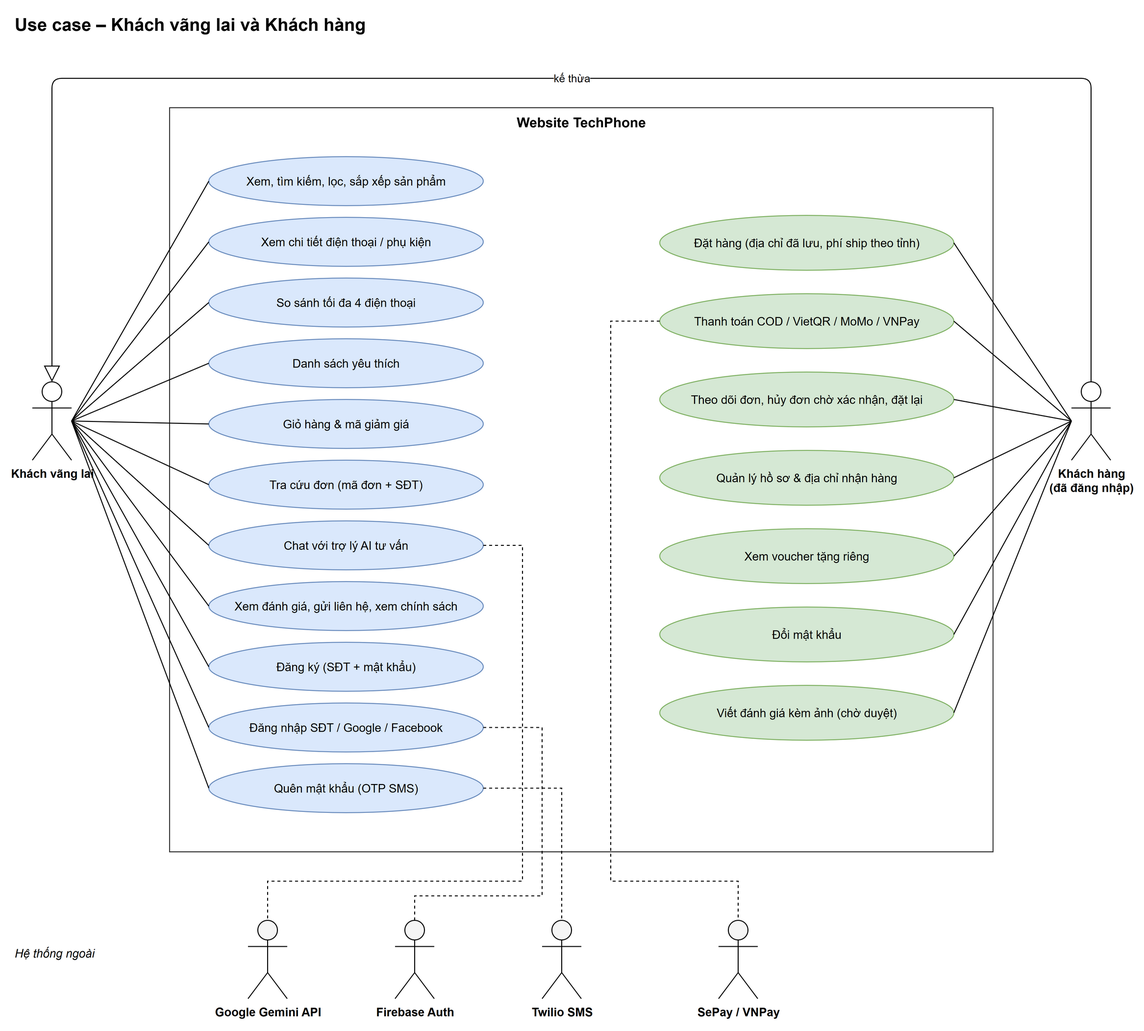
Earlier version of the draw.io export docs/diagrams/usecase-khach-hang.drawio.png (TrungNguyen410/techphone-laravel). Source tidied: cells renumbered, new cells last; positions are measured from the earlier drawing's top-left corner, leaving out a move shared by most shapes. Its diagram source:
```xml
<mxGraphModel>
  <root>
    <mxCell id="0" />
    <mxCell id="1" parent="0" />
    <mxCell id="2" value="Use case – Khách vãng lai và Khách hàng" style="text;html=1;fontSize=18;fontStyle=1;align=left;verticalAlign=middle;" parent="1" vertex="1">
      <mxGeometry width="700" height="30" as="geometry" />
    </mxCell>
    <mxCell id="3" value="Website TechPhone" style="rounded=0;whiteSpace=wrap;html=1;fillColor=none;strokeColor=#333333;verticalAlign=top;fontStyle=1;fontSize=14;" parent="1" vertex="1">
      <mxGeometry x="160" y="100" width="840" height="760" as="geometry" />
    </mxCell>
    <mxCell id="4" value="Khách vãng lai" style="shape=umlActor;verticalLabelPosition=bottom;verticalAlign=top;html=1;outlineConnect=0;fontStyle=1;" parent="1" vertex="1">
      <mxGeometry x="20" y="380" width="40" height="80" as="geometry" />
    </mxCell>
    <mxCell id="5" value="Khách hàng&#10;(đã đăng nhập)" style="shape=umlActor;verticalLabelPosition=bottom;verticalAlign=top;html=1;outlineConnect=0;fontStyle=1;" parent="1" vertex="1">
      <mxGeometry x="1080" y="380" width="40" height="80" as="geometry" />
    </mxCell>
    <mxCell id="6" value="Xem, tìm kiếm, lọc, sắp xếp sản phẩm" style="ellipse;whiteSpace=wrap;html=1;fillColor=#dae8fc;strokeColor=#6c8ebf;" parent="1" vertex="1">
      <mxGeometry x="200" y="150" width="280" height="50" as="geometry" />
    </mxCell>
    <mxCell id="7" style="endArrow=none;html=1;rounded=0;exitX=1;exitY=0.5;entryX=0;entryY=0.5;" parent="1" edge="1" source="4" target="6">
      <mxGeometry relative="1" as="geometry" />
    </mxCell>
    <mxCell id="8" value="Xem chi tiết điện thoại / phụ kiện" style="ellipse;whiteSpace=wrap;html=1;fillColor=#dae8fc;strokeColor=#6c8ebf;" parent="1" vertex="1">
      <mxGeometry x="200" y="212" width="280" height="50" as="geometry" />
    </mxCell>
    <mxCell id="9" style="endArrow=none;html=1;rounded=0;exitX=1;exitY=0.5;entryX=0;entryY=0.5;" parent="1" edge="1" source="4" target="8">
      <mxGeometry relative="1" as="geometry" />
    </mxCell>
    <mxCell id="10" value="So sánh tối đa 4 điện thoại" style="ellipse;whiteSpace=wrap;html=1;fillColor=#dae8fc;strokeColor=#6c8ebf;" parent="1" vertex="1">
      <mxGeometry x="200" y="274" width="280" height="50" as="geometry" />
    </mxCell>
    <mxCell id="11" style="endArrow=none;html=1;rounded=0;exitX=1;exitY=0.5;entryX=0;entryY=0.5;" parent="1" edge="1" source="4" target="10">
      <mxGeometry relative="1" as="geometry" />
    </mxCell>
    <mxCell id="12" value="Danh sách yêu thích" style="ellipse;whiteSpace=wrap;html=1;fillColor=#dae8fc;strokeColor=#6c8ebf;" parent="1" vertex="1">
      <mxGeometry x="200" y="336" width="280" height="50" as="geometry" />
    </mxCell>
    <mxCell id="13" style="endArrow=none;html=1;rounded=0;exitX=1;exitY=0.5;entryX=0;entryY=0.5;" parent="1" edge="1" source="4" target="12">
      <mxGeometry relative="1" as="geometry" />
    </mxCell>
    <mxCell id="14" value="Giỏ hàng &amp; mã giảm giá" style="ellipse;whiteSpace=wrap;html=1;fillColor=#dae8fc;strokeColor=#6c8ebf;" parent="1" vertex="1">
      <mxGeometry x="200" y="398" width="280" height="50" as="geometry" />
    </mxCell>
    <mxCell id="15" style="endArrow=none;html=1;rounded=0;exitX=1;exitY=0.5;entryX=0;entryY=0.5;" parent="1" edge="1" source="4" target="14">
      <mxGeometry relative="1" as="geometry" />
    </mxCell>
    <mxCell id="16" value="Tra cứu đơn (mã đơn + SĐT)" style="ellipse;whiteSpace=wrap;html=1;fillColor=#dae8fc;strokeColor=#6c8ebf;" parent="1" vertex="1">
      <mxGeometry x="200" y="460" width="280" height="50" as="geometry" />
    </mxCell>
    <mxCell id="17" style="endArrow=none;html=1;rounded=0;exitX=1;exitY=0.5;entryX=0;entryY=0.5;" parent="1" edge="1" source="4" target="16">
      <mxGeometry relative="1" as="geometry" />
    </mxCell>
    <mxCell id="18" value="Chat với trợ lý AI tư vấn" style="ellipse;whiteSpace=wrap;html=1;fillColor=#dae8fc;strokeColor=#6c8ebf;" parent="1" vertex="1">
      <mxGeometry x="200" y="522" width="280" height="50" as="geometry" />
    </mxCell>
    <mxCell id="19" style="endArrow=none;html=1;rounded=0;exitX=1;exitY=0.5;entryX=0;entryY=0.5;" parent="1" edge="1" source="4" target="18">
      <mxGeometry relative="1" as="geometry" />
    </mxCell>
    <mxCell id="20" value="Xem đánh giá, gửi liên hệ, xem chính sách" style="ellipse;whiteSpace=wrap;html=1;fillColor=#dae8fc;strokeColor=#6c8ebf;" parent="1" vertex="1">
      <mxGeometry x="200" y="584" width="280" height="50" as="geometry" />
    </mxCell>
    <mxCell id="21" style="endArrow=none;html=1;rounded=0;exitX=1;exitY=0.5;entryX=0;entryY=0.5;" parent="1" edge="1" source="4" target="20">
      <mxGeometry relative="1" as="geometry" />
    </mxCell>
    <mxCell id="22" value="Đăng ký (SĐT + mật khẩu)" style="ellipse;whiteSpace=wrap;html=1;fillColor=#dae8fc;strokeColor=#6c8ebf;" parent="1" vertex="1">
      <mxGeometry x="200" y="646" width="280" height="50" as="geometry" />
    </mxCell>
    <mxCell id="23" style="endArrow=none;html=1;rounded=0;exitX=1;exitY=0.5;entryX=0;entryY=0.5;" parent="1" edge="1" source="4" target="22">
      <mxGeometry relative="1" as="geometry" />
    </mxCell>
    <mxCell id="24" value="Đăng nhập SĐT / Google / Facebook" style="ellipse;whiteSpace=wrap;html=1;fillColor=#dae8fc;strokeColor=#6c8ebf;" parent="1" vertex="1">
      <mxGeometry x="200" y="708" width="280" height="50" as="geometry" />
    </mxCell>
    <mxCell id="25" style="endArrow=none;html=1;rounded=0;exitX=1;exitY=0.5;entryX=0;entryY=0.5;" parent="1" edge="1" source="4" target="24">
      <mxGeometry relative="1" as="geometry" />
    </mxCell>
    <mxCell id="26" value="Quên mật khẩu (OTP SMS)" style="ellipse;whiteSpace=wrap;html=1;fillColor=#dae8fc;strokeColor=#6c8ebf;" parent="1" vertex="1">
      <mxGeometry x="200" y="770" width="280" height="50" as="geometry" />
    </mxCell>
    <mxCell id="27" style="endArrow=none;html=1;rounded=0;exitX=1;exitY=0.5;entryX=0;entryY=0.5;" parent="1" edge="1" source="4" target="26">
      <mxGeometry relative="1" as="geometry" />
    </mxCell>
    <mxCell id="28" value="Đặt hàng (địa chỉ đã lưu, phí ship theo tỉnh)" style="ellipse;whiteSpace=wrap;html=1;fillColor=#d5e8d4;strokeColor=#82b366;" parent="1" vertex="1">
      <mxGeometry x="660" y="210" width="300" height="56" as="geometry" />
    </mxCell>
    <mxCell id="29" style="endArrow=none;html=1;rounded=0;exitX=0;exitY=0.5;entryX=1;entryY=0.5;" parent="1" edge="1" source="5" target="28">
      <mxGeometry relative="1" as="geometry" />
    </mxCell>
    <mxCell id="30" value="Thanh toán COD / VietQR / MoMo / VNPay" style="ellipse;whiteSpace=wrap;html=1;fillColor=#d5e8d4;strokeColor=#82b366;" parent="1" vertex="1">
      <mxGeometry x="660" y="290" width="300" height="56" as="geometry" />
    </mxCell>
    <mxCell id="31" style="endArrow=none;html=1;rounded=0;exitX=0;exitY=0.5;entryX=1;entryY=0.5;" parent="1" edge="1" source="5" target="30">
      <mxGeometry relative="1" as="geometry" />
    </mxCell>
    <mxCell id="32" value="Theo dõi đơn, hủy đơn chờ xác nhận, đặt lại" style="ellipse;whiteSpace=wrap;html=1;fillColor=#d5e8d4;strokeColor=#82b366;" parent="1" vertex="1">
      <mxGeometry x="660" y="370" width="300" height="56" as="geometry" />
    </mxCell>
    <mxCell id="33" style="endArrow=none;html=1;rounded=0;exitX=0;exitY=0.5;entryX=1;entryY=0.5;" parent="1" edge="1" source="5" target="32">
      <mxGeometry relative="1" as="geometry" />
    </mxCell>
    <mxCell id="34" value="Quản lý hồ sơ &amp; địa chỉ nhận hàng" style="ellipse;whiteSpace=wrap;html=1;fillColor=#d5e8d4;strokeColor=#82b366;" parent="1" vertex="1">
      <mxGeometry x="660" y="450" width="300" height="56" as="geometry" />
    </mxCell>
    <mxCell id="35" style="endArrow=none;html=1;rounded=0;exitX=0;exitY=0.5;entryX=1;entryY=0.5;" parent="1" edge="1" source="5" target="34">
      <mxGeometry relative="1" as="geometry" />
    </mxCell>
    <mxCell id="36" value="Xem voucher tặng riêng" style="ellipse;whiteSpace=wrap;html=1;fillColor=#d5e8d4;strokeColor=#82b366;" parent="1" vertex="1">
      <mxGeometry x="660" y="530" width="300" height="56" as="geometry" />
    </mxCell>
    <mxCell id="37" style="endArrow=none;html=1;rounded=0;exitX=0;exitY=0.5;entryX=1;entryY=0.5;" parent="1" edge="1" source="5" target="36">
      <mxGeometry relative="1" as="geometry" />
    </mxCell>
    <mxCell id="38" value="Đổi mật khẩu" style="ellipse;whiteSpace=wrap;html=1;fillColor=#d5e8d4;strokeColor=#82b366;" parent="1" vertex="1">
      <mxGeometry x="660" y="610" width="300" height="56" as="geometry" />
    </mxCell>
    <mxCell id="39" style="endArrow=none;html=1;rounded=0;exitX=0;exitY=0.5;entryX=1;entryY=0.5;" parent="1" edge="1" source="5" target="38">
      <mxGeometry relative="1" as="geometry" />
    </mxCell>
    <mxCell id="40" value="Viết đánh giá kèm ảnh (chờ duyệt)" style="ellipse;whiteSpace=wrap;html=1;fillColor=#d5e8d4;strokeColor=#82b366;" parent="1" vertex="1">
      <mxGeometry x="660" y="690" width="300" height="56" as="geometry" />
    </mxCell>
    <mxCell id="41" style="endArrow=none;html=1;rounded=0;exitX=0;exitY=0.5;entryX=1;entryY=0.5;" parent="1" edge="1" source="5" target="40">
      <mxGeometry relative="1" as="geometry" />
    </mxCell>
    <mxCell id="42" value="kế thừa" style="endArrow=block;endFill=0;endSize=14;html=1;rounded=1;edgeStyle=orthogonalEdgeStyle;labelBackgroundColor=#ffffff;exitX=0.5;exitY=0;entryX=0.5;entryY=0;" parent="1" edge="1" source="5" target="4">
      <mxGeometry relative="1" as="geometry">
        <Array as="points">
          <mxPoint x="1100" y="70" />
          <mxPoint x="40" y="70" />
        </Array>
      </mxGeometry>
    </mxCell>
    <mxCell id="43" value="Google Gemini API" style="shape=umlActor;verticalLabelPosition=bottom;verticalAlign=top;html=1;outlineConnect=0;fontStyle=1;fillColor=#f5f5f5;" parent="1" vertex="1">
      <mxGeometry x="240" y="930" width="40" height="80" as="geometry" />
    </mxCell>
    <mxCell id="44" style="edgeStyle=orthogonalEdgeStyle;rounded=0;html=1;endArrow=none;dashed=1;exitX=1;exitY=0.5;entryX=0.5;entryY=0;" parent="1" edge="1" source="18" target="43">
      <mxGeometry relative="1" as="geometry">
        <Array as="points">
          <mxPoint x="520" y="547" />
          <mxPoint x="520" y="890" />
          <mxPoint x="260" y="890" />
        </Array>
      </mxGeometry>
    </mxCell>
    <mxCell id="45" value="Firebase Auth" style="shape=umlActor;verticalLabelPosition=bottom;verticalAlign=top;html=1;outlineConnect=0;fontStyle=1;fillColor=#f5f5f5;" parent="1" vertex="1">
      <mxGeometry x="390" y="930" width="40" height="80" as="geometry" />
    </mxCell>
    <mxCell id="46" style="edgeStyle=orthogonalEdgeStyle;rounded=0;html=1;endArrow=none;dashed=1;exitX=1;exitY=0.5;entryX=0.5;entryY=0;" parent="1" edge="1" source="24" target="45">
      <mxGeometry relative="1" as="geometry">
        <Array as="points">
          <mxPoint x="540" y="733" />
          <mxPoint x="540" y="905" />
          <mxPoint x="410" y="905" />
        </Array>
      </mxGeometry>
    </mxCell>
    <mxCell id="47" value="Twilio SMS" style="shape=umlActor;verticalLabelPosition=bottom;verticalAlign=top;html=1;outlineConnect=0;fontStyle=1;fillColor=#f5f5f5;" parent="1" vertex="1">
      <mxGeometry x="540" y="930" width="40" height="80" as="geometry" />
    </mxCell>
    <mxCell id="48" style="edgeStyle=orthogonalEdgeStyle;rounded=0;html=1;endArrow=none;dashed=1;exitX=1;exitY=0.5;entryX=0.5;entryY=0;" parent="1" edge="1" source="26" target="47">
      <mxGeometry relative="1" as="geometry">
        <Array as="points">
          <mxPoint x="560" y="795" />
        </Array>
      </mxGeometry>
    </mxCell>
    <mxCell id="49" value="SePay / VNPay" style="shape=umlActor;verticalLabelPosition=bottom;verticalAlign=top;html=1;outlineConnect=0;fontStyle=1;fillColor=#f5f5f5;" parent="1" vertex="1">
      <mxGeometry x="720" y="930" width="40" height="80" as="geometry" />
    </mxCell>
    <mxCell id="50" style="edgeStyle=orthogonalEdgeStyle;rounded=0;html=1;endArrow=none;dashed=1;exitX=0;exitY=0.5;entryX=0.5;entryY=0;" parent="1" edge="1" source="30" target="49">
      <mxGeometry relative="1" as="geometry">
        <Array as="points">
          <mxPoint x="610" y="318" />
          <mxPoint x="610" y="890" />
          <mxPoint x="740" y="890" />
        </Array>
      </mxGeometry>
    </mxCell>
    <mxCell id="51" value="Hệ thống ngoài" style="text;html=1;fontStyle=2;align=left;" parent="1" vertex="1">
      <mxGeometry y="950" width="160" height="30" as="geometry" />
    </mxCell>
  </root>
</mxGraphModel>
```
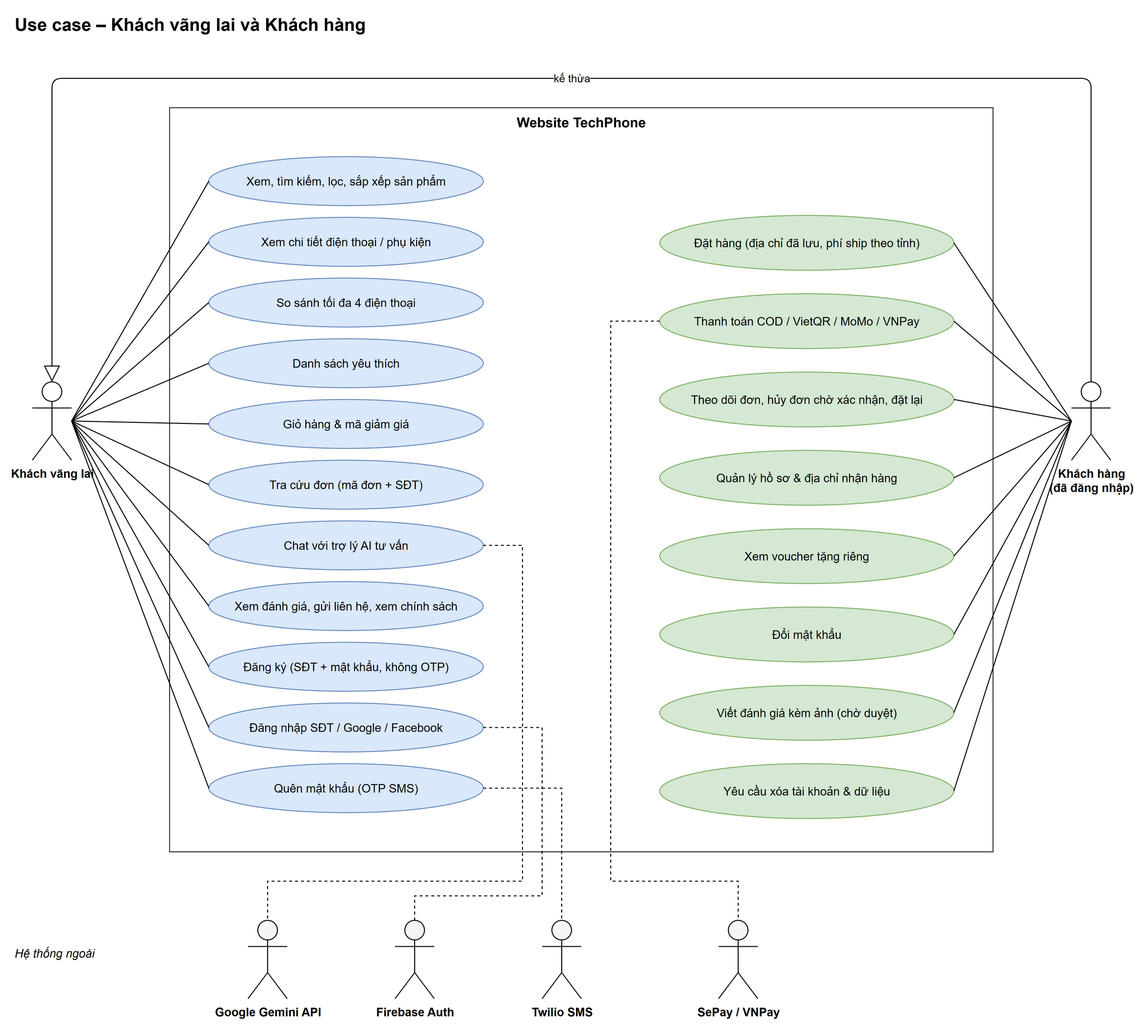
The same file after the commit.

Commit message:
docs: cập nhật sơ đồ theo chức năng mới, thêm sequence xóa tài khoản

Change to the diagram source:
```diff
@@ -62,7 +62,7 @@
     <mxCell id="21" style="endArrow=none;html=1;rounded=0;exitX=1;exitY=0.5;entryX=0;entryY=0.5;" parent="1" edge="1" source="4" target="20">
       <mxGeometry relative="1" as="geometry" />
     </mxCell>
-    <mxCell id="22" value="Đăng ký (SĐT + mật khẩu)" style="ellipse;whiteSpace=wrap;html=1;fillColor=#dae8fc;strokeColor=#6c8ebf;" parent="1" vertex="1">
+    <mxCell id="22" value="Đăng ký (SĐT + mật khẩu, không OTP)" style="ellipse;whiteSpace=wrap;html=1;fillColor=#dae8fc;strokeColor=#6c8ebf;" parent="1" vertex="1">
       <mxGeometry x="200" y="646" width="280" height="50" as="geometry" />
     </mxCell>
     <mxCell id="23" style="endArrow=none;html=1;rounded=0;exitX=1;exitY=0.5;entryX=0;entryY=0.5;" parent="1" edge="1" source="4" target="22">
@@ -122,62 +122,68 @@
     <mxCell id="41" style="endArrow=none;html=1;rounded=0;exitX=0;exitY=0.5;entryX=1;entryY=0.5;" parent="1" edge="1" source="5" target="40">
       <mxGeometry relative="1" as="geometry" />
     </mxCell>
-    <mxCell id="42" value="kế thừa" style="endArrow=block;endFill=0;endSize=14;html=1;rounded=1;edgeStyle=orthogonalEdgeStyle;labelBackgroundColor=#ffffff;exitX=0.5;exitY=0;entryX=0.5;entryY=0;" parent="1" edge="1" source="5" target="4">
-      <mxGeometry relative="1" as="geometry">
-        <Array as="points">
-          <mxPoint x="1100" y="70" />
-          <mxPoint x="40" y="70" />
-        </Array>
-      </mxGeometry>
+    <mxCell id="42" value="Yêu cầu xóa tài khoản &amp; dữ liệu" style="ellipse;whiteSpace=wrap;html=1;fillColor=#d5e8d4;strokeColor=#82b366;" parent="1" vertex="1">
+      <mxGeometry x="660" y="770" width="300" height="56" as="geometry" />
     </mxCell>
-    <mxCell id="43" value="Google Gemini API" style="shape=umlActor;verticalLabelPosition=bottom;verticalAlign=top;html=1;outlineConnect=0;fontStyle=1;fillColor=#f5f5f5;" parent="1" vertex="1">
-      <mxGeometry x="240" y="930" width="40" height="80" as="geometry" />
+    <mxCell id="43" style="endArrow=none;html=1;rounded=0;exitX=0;exitY=0.5;entryX=1;entryY=0.5;" parent="1" edge="1" source="5" target="42">
+      <mxGeometry relative="1" as="geometry" />
     </mxCell>
-    <mxCell id="44" style="edgeStyle=orthogonalEdgeStyle;rounded=0;html=1;endArrow=none;dashed=1;exitX=1;exitY=0.5;entryX=0.5;entryY=0;" parent="1" edge="1" source="18" target="43">
+    <mxCell id="44" value="kế thừa" style="endArrow=block;endFill=0;endSize=14;html=1;rounded=1;edgeStyle=orthogonalEdgeStyle;labelBackgroundColor=#ffffff;exitX=0.5;exitY=0;entryX=0.5;entryY=0;" parent="1" edge="1" source="5" target="4">
       <mxGeometry relative="1" as="geometry">
         <Array as="points">
-          <mxPoint x="520" y="547" />
-          <mxPoint x="520" y="890" />
-          <mxPoint x="260" y="890" />
+          <mxPoint x="1100" y="70" />
+          <mxPoint x="40" y="70" />
         </Array>
       </mxGeometry>
     </mxCell>
-    <mxCell id="45" value="Firebase Auth" style="shape=umlActor;verticalLabelPosition=bottom;verticalAlign=top;html=1;outlineConnect=0;fontStyle=1;fillColor=#f5f5f5;" parent="1" vertex="1">
-      <mxGeometry x="390" y="930" width="40" height="80" as="geometry" />
+    <mxCell id="45" value="Google Gemini API" style="shape=umlActor;verticalLabelPosition=bottom;verticalAlign=top;html=1;outlineConnect=0;fontStyle=1;fillColor=#f5f5f5;" parent="1" vertex="1">
+      <mxGeometry x="240" y="930" width="40" height="80" as="geometry" />
     </mxCell>
-    <mxCell id="46" style="edgeStyle=orthogonalEdgeStyle;rounded=0;html=1;endArrow=none;dashed=1;exitX=1;exitY=0.5;entryX=0.5;entryY=0;" parent="1" edge="1" source="24" target="45">
+    <mxCell id="46" style="edgeStyle=orthogonalEdgeStyle;rounded=0;html=1;endArrow=none;dashed=1;exitX=1;exitY=0.5;entryX=0.5;entryY=0;" parent="1" edge="1" source="18" target="45">
       <mxGeometry relative="1" as="geometry">
         <Array as="points">
-          <mxPoint x="540" y="733" />
-          <mxPoint x="540" y="905" />
-          <mxPoint x="410" y="905" />
+          <mxPoint x="520" y="547" />
+          <mxPoint x="520" y="890" />
+          <mxPoint x="260" y="890" />
         </Array>
       </mxGeometry>
     </mxCell>
-    <mxCell id="47" value="Twilio SMS" style="shape=umlActor;verticalLabelPosition=bottom;verticalAlign=top;html=1;outlineConnect=0;fontStyle=1;fillColor=#f5f5f5;" parent="1" vertex="1">
-      <mxGeometry x="540" y="930" width="40" height="80" as="geometry" />
+    <mxCell id="47" value="Firebase Auth" style="shape=umlActor;verticalLabelPosition=bottom;verticalAlign=top;html=1;outlineConnect=0;fontStyle=1;fillColor=#f5f5f5;" parent="1" vertex="1">
+      <mxGeometry x="390" y="930" width="40" height="80" as="geometry" />
     </mxCell>
-    <mxCell id="48" style="edgeStyle=orthogonalEdgeStyle;rounded=0;html=1;endArrow=none;dashed=1;exitX=1;exitY=0.5;entryX=0.5;entryY=0;" parent="1" edge="1" source="26" target="47">
+    <mxCell id="48" style="edgeStyle=orthogonalEdgeStyle;rounded=0;html=1;endArrow=none;dashed=1;exitX=1;exitY=0.5;entryX=0.5;entryY=0;" parent="1" edge="1" source="24" target="47">
       <mxGeometry relative="1" as="geometry">
         <Array as="points">
-          <mxPoint x="560" y="795" />
+          <mxPoint x="540" y="733" />
+          <mxPoint x="540" y="905" />
+          <mxPoint x="410" y="905" />
         </Array>
       </mxGeometry>
     </mxCell>
-    <mxCell id="49" value="SePay / VNPay" style="shape=umlActor;verticalLabelPosition=bottom;verticalAlign=top;html=1;outlineConnect=0;fontStyle=1;fillColor=#f5f5f5;" parent="1" vertex="1">
-      <mxGeometry x="720" y="930" width="40" height="80" as="geometry" />
+    <mxCell id="49" value="Twilio SMS" style="shape=umlActor;verticalLabelPosition=bottom;verticalAlign=top;html=1;outlineConnect=0;fontStyle=1;fillColor=#f5f5f5;" parent="1" vertex="1">
+      <mxGeometry x="540" y="930" width="40" height="80" as="geometry" />
     </mxCell>
-    <mxCell id="50" style="edgeStyle=orthogonalEdgeStyle;rounded=0;html=1;endArrow=none;dashed=1;exitX=0;exitY=0.5;entryX=0.5;entryY=0;" parent="1" edge="1" source="30" target="49">
+    <mxCell id="50" style="edgeStyle=orthogonalEdgeStyle;rounded=0;html=1;endArrow=none;dashed=1;exitX=1;exitY=0.5;entryX=0.5;entryY=0;" parent="1" edge="1" source="26" target="49">
       <mxGeometry relative="1" as="geometry">
         <Array as="points">
-          <mxPoint x="610" y="318" />
-          <mxPoint x="610" y="890" />
-          <mxPoint x="740" y="890" />
+          <mxPoint x="560" y="795" />
         </Array>
       </mxGeometry>
     </mxCell>
-    <mxCell id="51" value="Hệ thống ngoài" style="text;html=1;fontStyle=2;align=left;" parent="1" vertex="1">
-      <mxGeometry y="950" width="160" height="30" as="geometry" />
+    <mxCell id="51" value="SePay / VNPay" style="shape=umlActor;verticalLabelPosition=bottom;verticalAlign=top;html=1;outlineConnect=0;fontStyle=1;fillColor=#f5f5f5;" parent="1" vertex="1">
+      <mxGeometry x="720" y="930" width="40" height="80" as="geometry" />
     </mxCell>
+    <mxCell id="52" style="edgeStyle=orthogonalEdgeStyle;rounded=0;html=1;endArrow=none;dashed=1;exitX=0;exitY=0.5;entryX=0.5;entryY=0;" parent="1" edge="1" source="30" target="51">
+      <mxGeometry relative="1" as="geometry">
+        <Array as="points">
+          <mxPoint x="610" y="318" />
+          <mxPoint x="610" y="890" />
+          <mxPoint x="740" y="890" />
+        </Array>
+      </mxGeometry>
+    </mxCell>
+    <mxCell id="53" value="Hệ thống ngoài" style="text;html=1;fontStyle=2;align=left;" parent="1" vertex="1">
+      <mxGeometry y="950" width="160" height="30" as="geometry" />
+    </mxCell>
   </root>
 </mxGraphModel>
```
